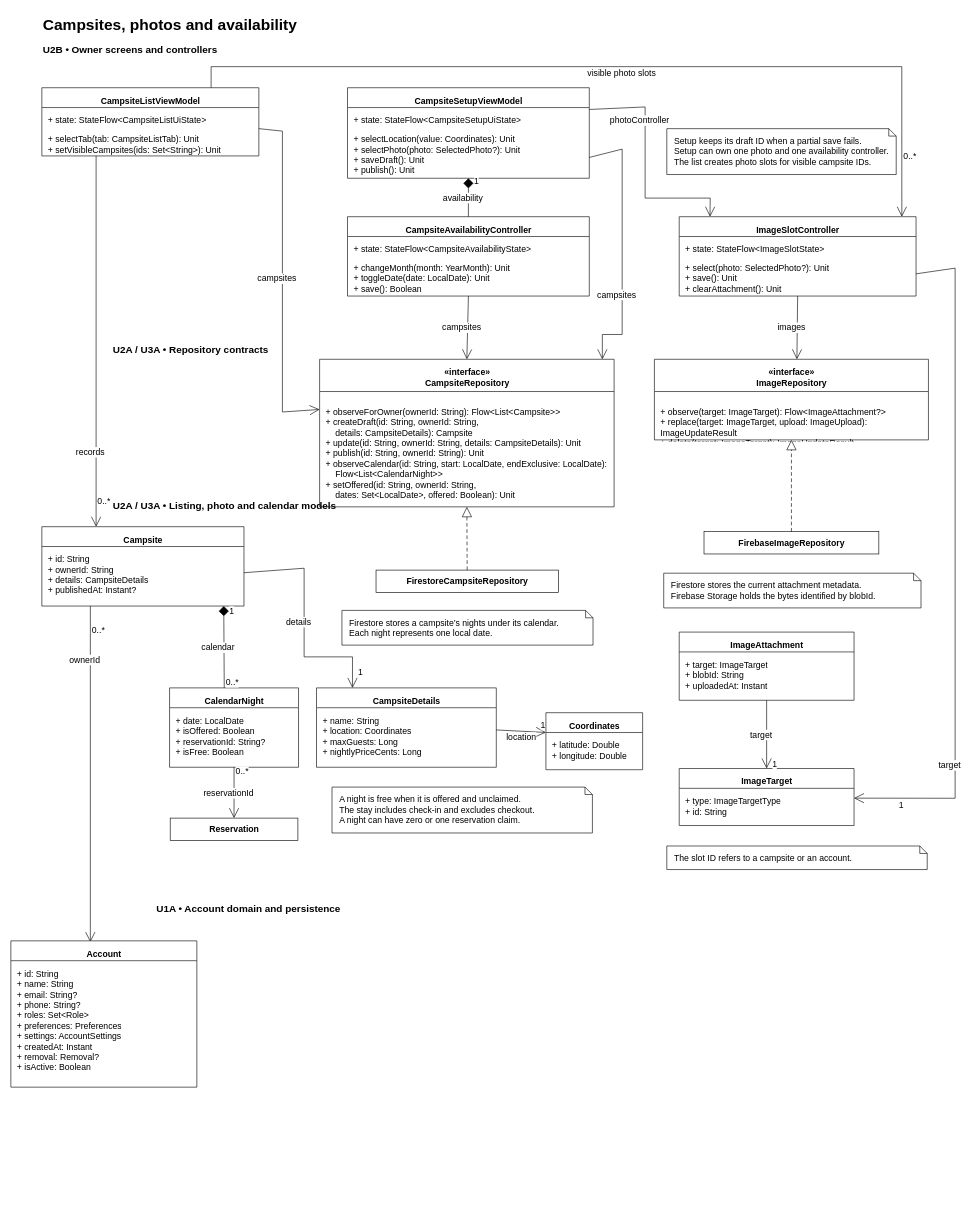
The draw.io diagram page "UML_Diagram" (4 of 5) of doc/UML.drawio in CMPUT301F26stderr/stderr-campsbridge, before the edit. Source tidied: cells renumbered, new cells numbered last; positions are measured from the earlier drawing's top-left corner, leaving out a move shared by most shapes. Both pictures are drawn from the tidied source at 62%, with x=0, y=0 at pixel (11, 11).
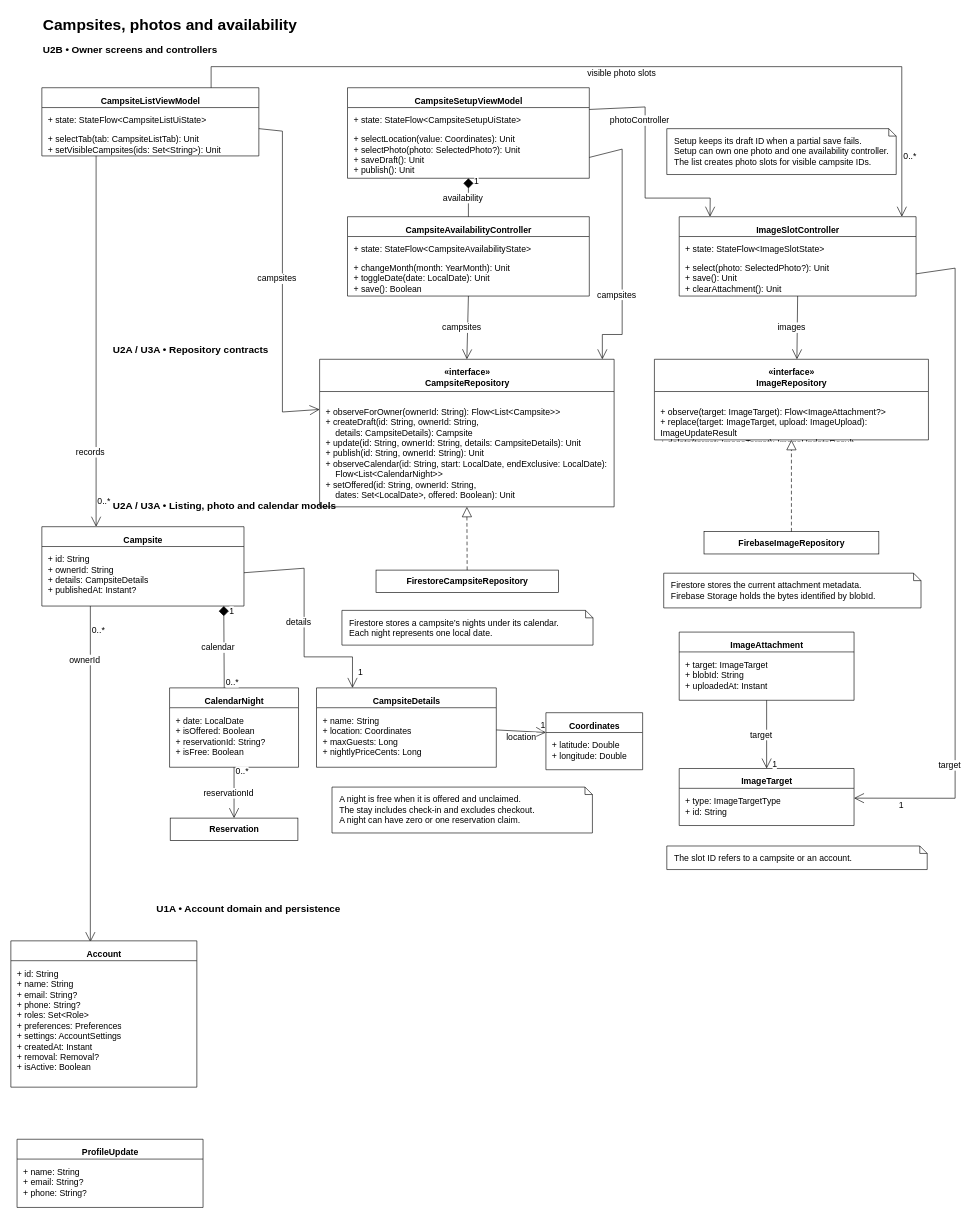
Above is the later version.

Diff of the diagram source:
```diff
@@
+    <mxCell id="101" value="&lt;b&gt;ProfileUpdate&lt;/b&gt;" style="swimlane;html=1;rounded=0;fillColor=#ffffff;strokeColor=#000000;strokeWidth=1;fontColor=#000000;fontFamily=Arial;fontSize=14;startSize=32;horizontal=1;swimlaneFillColor=#ffffff;align=center;verticalAlign=top;spacingTop=6;" parent="1" vertex="1">
+      <mxGeometry x="10" y="1820" width="300" height="110" as="geometry" />
+    </mxCell>
+    <mxCell id="102" value="+ name: String&lt;br&gt;+ email: String?&lt;br&gt;+ phone: String?" style="text;html=1;strokeColor=none;fillColor=none;fontColor=#000000;fontFamily=Arial;fontSize=14;align=left;verticalAlign=top;spacingLeft=8;spacingTop=6;whiteSpace=wrap;overflow=hidden;" parent="101" vertex="1">
+      <mxGeometry y="32" width="300" height="66" as="geometry" />
+    </mxCell>
+    <mxCell id="103" style="shape=line;html=1;strokeColor=#000000;strokeWidth=1;" parent="101" vertex="1">
+      <mxGeometry y="98" width="300" as="geometry" />
+    </mxCell>
```
